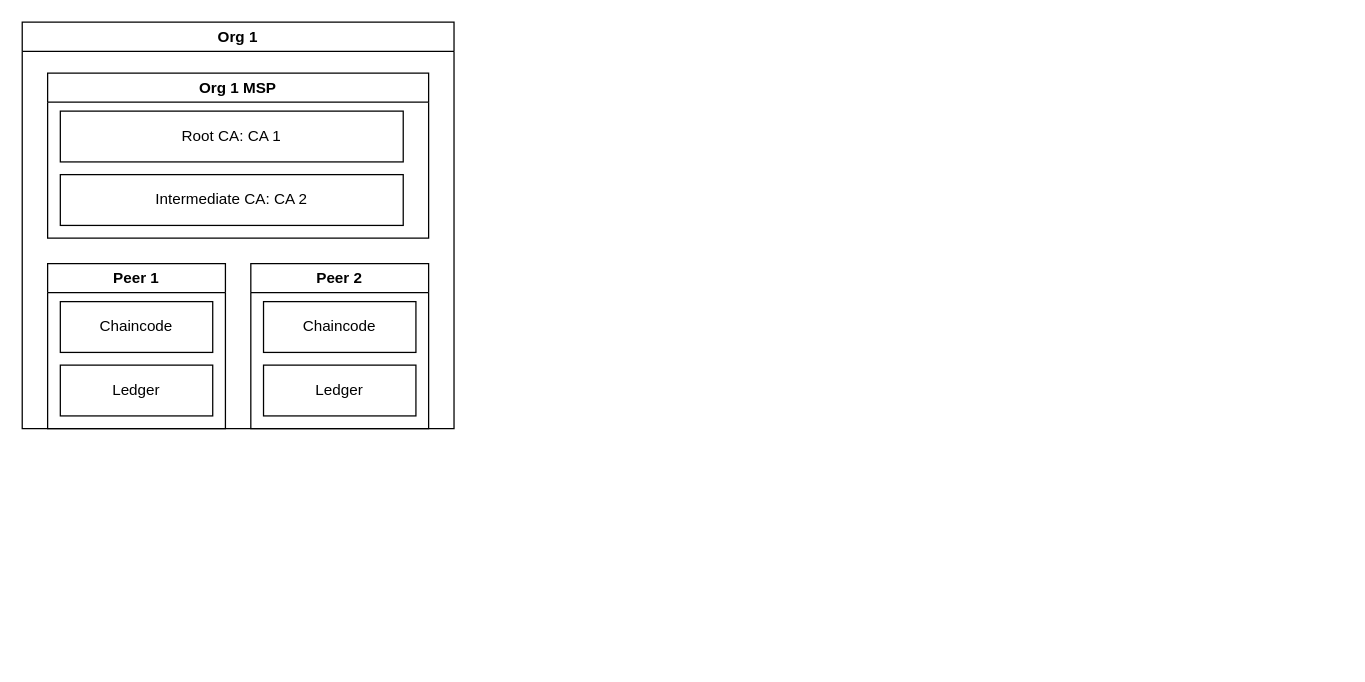
This is HyperledgerFabricDiagram.drawio from SifisoMzansi/architecture-diagrams, a draw.io file, before an edit. Source tidied: cells renumbered, new cells numbered last; positions are measured from the earlier drawing's top-left corner, leaving out a move shared by most shapes. Both pictures are drawn from the tidied source at 127%, with x=0, y=0 at pixel (22, 22).
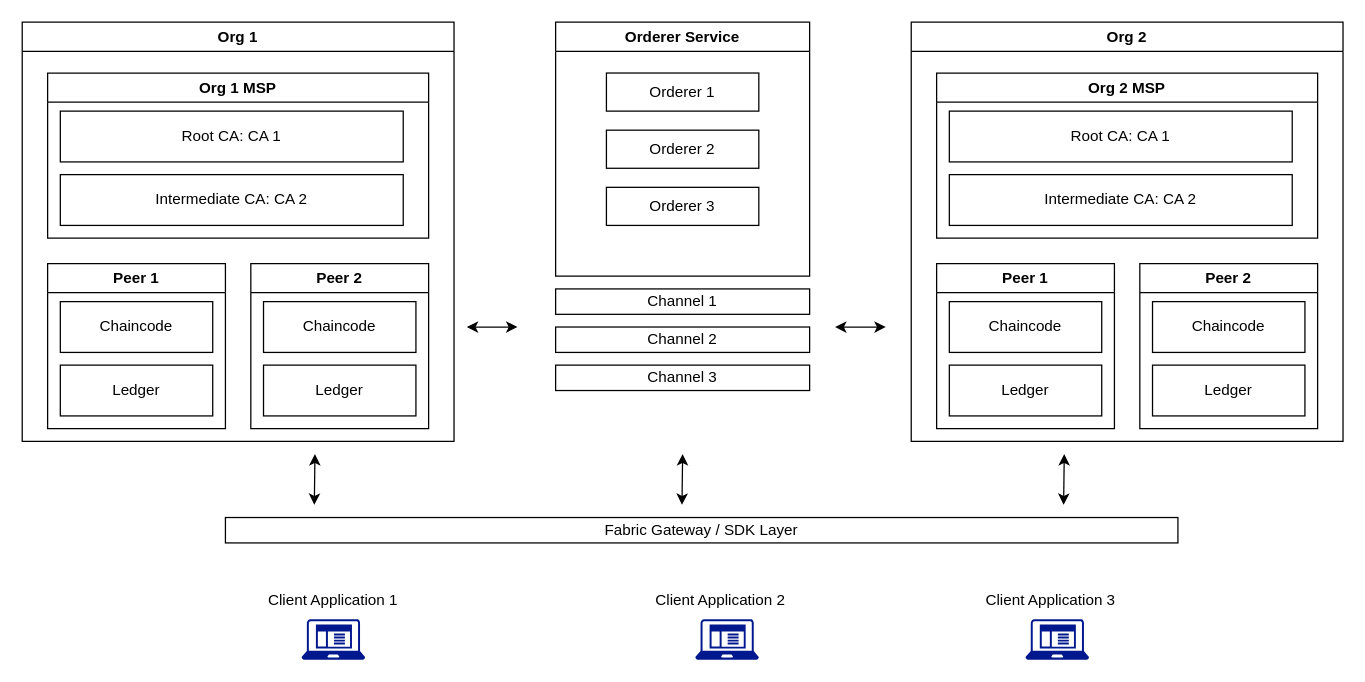
After the change.

The edit, as a diff of the source:
```diff
@@
     <mxCell id="2" value="Org 1" style="swimlane;whiteSpace=wrap;html=1;" parent="1" vertex="1">
-      <mxGeometry width="340" height="320" as="geometry" />
+      <mxGeometry width="340" height="330" as="geometry" />
     </mxCell>
@@
+    <mxCell id="12" value="Org 2" style="swimlane;whiteSpace=wrap;html=1;" parent="1" vertex="1">
+      <mxGeometry x="700" width="340" height="330" as="geometry" />
+    </mxCell>
+    <mxCell id="13" value="Peer 2" style="swimlane;whiteSpace=wrap;html=1;" parent="12" vertex="1">
+      <mxGeometry x="180" y="190" width="140" height="130" as="geometry" />
+    </mxCell>
+    <mxCell id="14" value="Ledger" style="rounded=0;whiteSpace=wrap;html=1;" parent="13" vertex="1">
+      <mxGeometry x="10" y="80" width="120" height="40" as="geometry" />
+    </mxCell>
+    <mxCell id="15" value="Chaincode" style="rounded=0;whiteSpace=wrap;html=1;" parent="13" vertex="1">
+      <mxGeometry x="10" y="30" width="120" height="40" as="geometry" />
+    </mxCell>
+    <mxCell id="16" value="Org 2 MSP" style="swimlane;whiteSpace=wrap;html=1;" parent="12" vertex="1">
+      <mxGeometry x="20" y="40" width="300" height="130" as="geometry" />
+    </mxCell>
+    <mxCell id="17" value="Intermediate CA: CA 2" style="rounded=0;whiteSpace=wrap;html=1;" parent="16" vertex="1">
+      <mxGeometry x="10" y="80" width="270" height="40" as="geometry" />
+    </mxCell>
+    <mxCell id="18" value="Root CA: CA 1" style="rounded=0;whiteSpace=wrap;html=1;" parent="16" vertex="1">
+      <mxGeometry x="10" y="30" width="270" height="40" as="geometry" />
+    </mxCell>
+    <mxCell id="19" value="Peer 1" style="swimlane;whiteSpace=wrap;html=1;" parent="12" vertex="1">
+      <mxGeometry x="20" y="190" width="140" height="130" as="geometry" />
+    </mxCell>
+    <mxCell id="20" value="Ledger" style="rounded=0;whiteSpace=wrap;html=1;" parent="19" vertex="1">
+      <mxGeometry x="10" y="80" width="120" height="40" as="geometry" />
+    </mxCell>
+    <mxCell id="21" value="Chaincode" style="rounded=0;whiteSpace=wrap;html=1;" parent="19" vertex="1">
+      <mxGeometry x="10" y="30" width="120" height="40" as="geometry" />
+    </mxCell>
+    <mxCell id="22" value="Orderer Service" style="swimlane;whiteSpace=wrap;html=1;" parent="1" vertex="1">
+      <mxGeometry x="420" width="200" height="200" as="geometry" />
+    </mxCell>
+    <mxCell id="23" value="Orderer 1" style="rounded=0;whiteSpace=wrap;html=1;" parent="22" vertex="1">
+      <mxGeometry x="40" y="40" width="120" height="30" as="geometry" />
+    </mxCell>
+    <mxCell id="24" value="Orderer 2" style="rounded=0;whiteSpace=wrap;html=1;" parent="22" vertex="1">
+      <mxGeometry x="40" y="85" width="120" height="30" as="geometry" />
+    </mxCell>
+    <mxCell id="25" value="Orderer 3" style="rounded=0;whiteSpace=wrap;html=1;" parent="22" vertex="1">
+      <mxGeometry x="40" y="130" width="120" height="30" as="geometry" />
+    </mxCell>
+    <mxCell id="26" value="Channel 1" style="rounded=0;whiteSpace=wrap;html=1;" parent="1" vertex="1">
+      <mxGeometry x="420" y="210" width="200" height="20" as="geometry" />
+    </mxCell>
+    <mxCell id="27" value="Channel 2" style="rounded=0;whiteSpace=wrap;html=1;" parent="1" vertex="1">
+      <mxGeometry x="420" y="240" width="200" height="20" as="geometry" />
+    </mxCell>
+    <mxCell id="28" value="Channel 3" style="rounded=0;whiteSpace=wrap;html=1;" parent="1" vertex="1">
+      <mxGeometry x="420" y="270" width="200" height="20" as="geometry" />
+    </mxCell>
+    <mxCell id="29" value="Fabric Gateway / SDK Layer" style="rounded=0;whiteSpace=wrap;html=1;" parent="1" vertex="1">
+      <mxGeometry x="160" y="390" width="750" height="20" as="geometry" />
+    </mxCell>
+    <mxCell id="30" style="endArrow=classic;startArrow=classic;html=1;rounded=0;" parent="1" edge="1">
+      <mxGeometry relative="1" as="geometry">
+        <mxPoint x="519.5" y="380" as="sourcePoint" />
+        <mxPoint x="520" y="340" as="targetPoint" />
+      </mxGeometry>
+    </mxCell>
+    <mxCell id="31" style="endArrow=classic;startArrow=classic;html=1;rounded=0;" parent="1" edge="1">
+      <mxGeometry relative="1" as="geometry">
+        <mxPoint x="820" y="380" as="sourcePoint" />
+        <mxPoint x="820.5" y="340" as="targetPoint" />
+      </mxGeometry>
+    </mxCell>
+    <mxCell id="32" style="endArrow=classic;startArrow=classic;html=1;rounded=0;" parent="1" edge="1">
+      <mxGeometry relative="1" as="geometry">
+        <mxPoint x="230" y="380" as="sourcePoint" />
+        <mxPoint x="230.5" y="340" as="targetPoint" />
+      </mxGeometry>
+    </mxCell>
+    <mxCell id="33" style="sketch=0;shadow=0;dashed=0;html=1;strokeColor=none;labelPosition=center;verticalLabelPosition=bottom;verticalAlign=top;align=center;fillColor=#00188D;shape=mxgraph.mscae.enterprise.client_application;" parent="1" vertex="1">
+      <mxGeometry x="220" y="470" width="50" height="32" as="geometry" />
+    </mxCell>
+    <mxCell id="34" style="sketch=0;shadow=0;dashed=0;html=1;strokeColor=none;labelPosition=center;verticalLabelPosition=bottom;verticalAlign=top;align=center;fillColor=#00188D;shape=mxgraph.mscae.enterprise.client_application;" parent="1" vertex="1">
+      <mxGeometry x="530" y="470" width="50" height="32" as="geometry" />
+    </mxCell>
+    <mxCell id="35" style="sketch=0;shadow=0;dashed=0;html=1;strokeColor=none;labelPosition=center;verticalLabelPosition=bottom;verticalAlign=top;align=center;fillColor=#00188D;shape=mxgraph.mscae.enterprise.client_application;" parent="1" vertex="1">
+      <mxGeometry x="790" y="470" width="50" height="32" as="geometry" />
+    </mxCell>
+    <mxCell id="36" value="Client Application 1" style="text;html=1;whiteSpace=wrap;strokeColor=none;fillColor=none;align=center;verticalAlign=middle;rounded=0;" parent="1" vertex="1">
+      <mxGeometry x="185" y="440" width="120" height="30" as="geometry" />
+    </mxCell>
+    <mxCell id="37" value="Client Application 2" style="text;html=1;whiteSpace=wrap;strokeColor=none;fillColor=none;align=center;verticalAlign=middle;rounded=0;" parent="1" vertex="1">
+      <mxGeometry x="490" y="440" width="120" height="30" as="geometry" />
+    </mxCell>
+    <mxCell id="38" value="Client Application 3" style="text;html=1;whiteSpace=wrap;strokeColor=none;fillColor=none;align=center;verticalAlign=middle;rounded=0;" parent="1" vertex="1">
+      <mxGeometry x="750" y="440" width="120" height="30" as="geometry" />
+    </mxCell>
+    <mxCell id="39" style="endArrow=classic;startArrow=classic;html=1;rounded=0;" parent="1" edge="1">
+      <mxGeometry relative="1" as="geometry">
+        <mxPoint x="640" y="240" as="sourcePoint" />
+        <mxPoint x="680" y="240" as="targetPoint" />
+      </mxGeometry>
+    </mxCell>
+    <mxCell id="40" style="endArrow=classic;startArrow=classic;html=1;rounded=0;" parent="1" edge="1">
+      <mxGeometry relative="1" as="geometry">
+        <mxPoint x="350" y="240" as="sourcePoint" />
+        <mxPoint x="390" y="240" as="targetPoint" />
+      </mxGeometry>
+    </mxCell>
```
